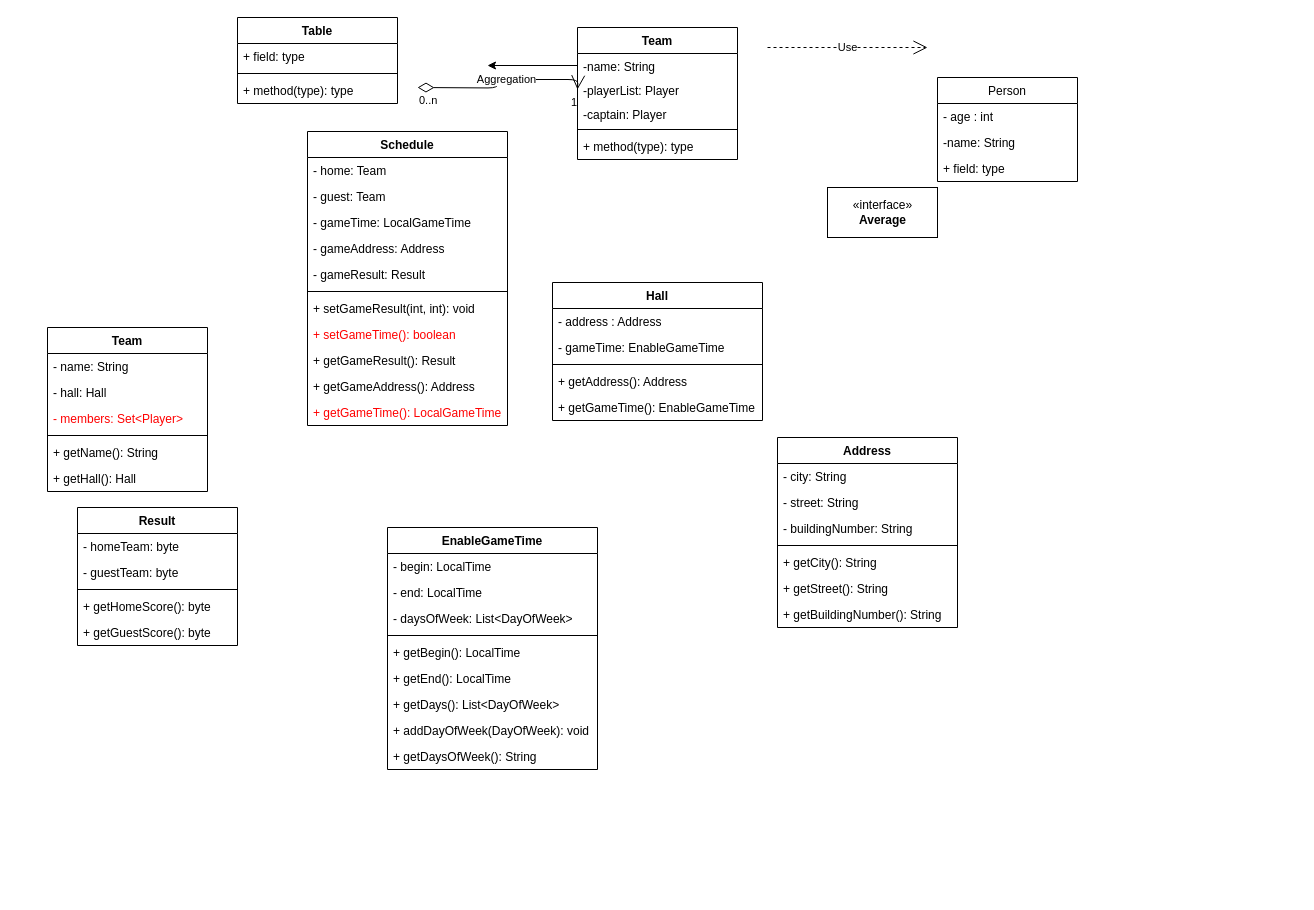
Before: first.drawio in Roman-Polovtsev/Superleage, a draw.io diagram. Source tidied: cells renumbered, new cells numbered last; positions are measured from the earlier drawing's top-left corner, leaving out a move shared by most shapes. Both pictures are drawn from the tidied source at 100%, with x=0, y=0 at pixel (47, 17).
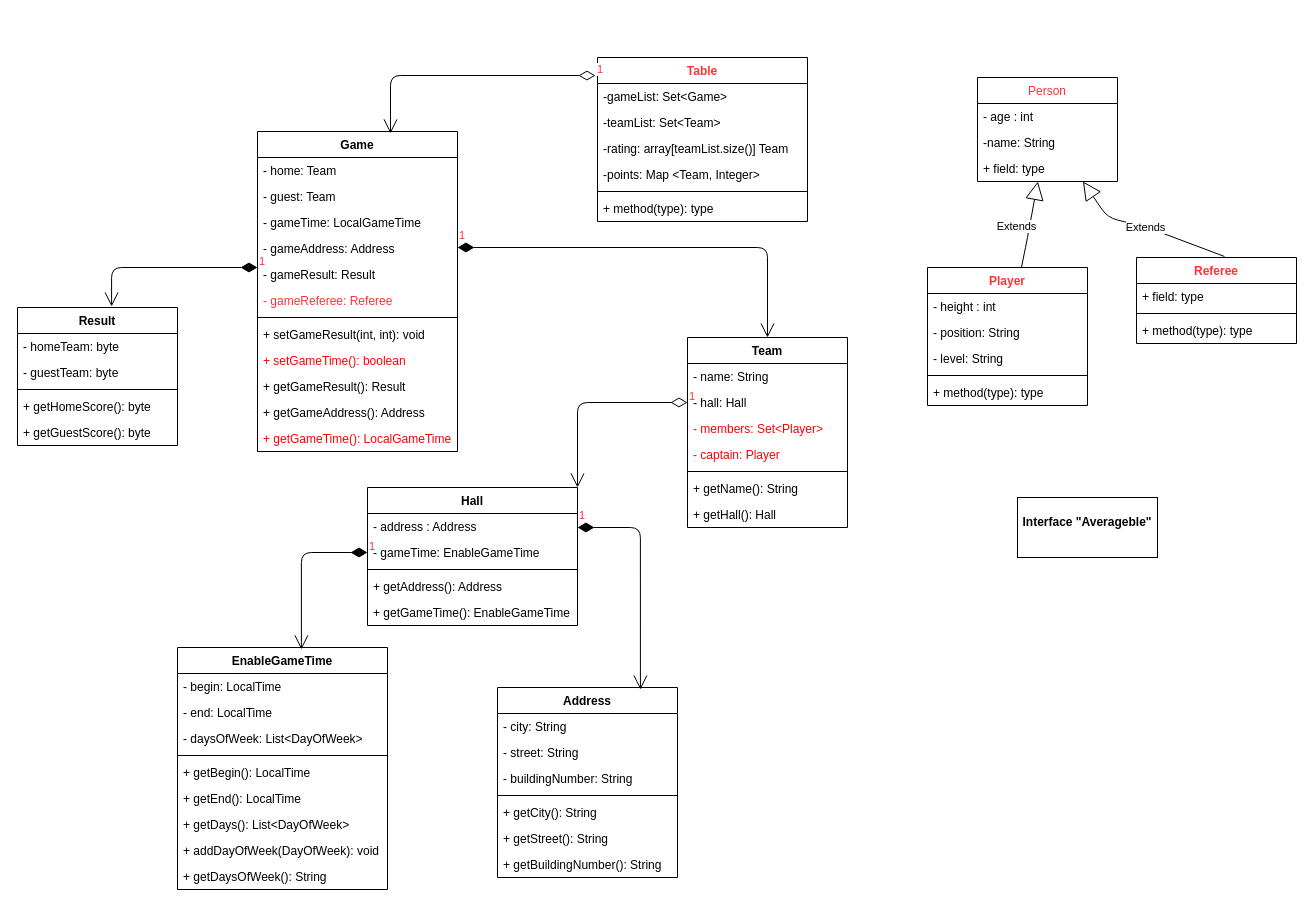
The same diagram, later.

Commit message:
added relations between classes

The change refers to these unchanged cells:
```xml
<mxCell id="24" value="- hall: Hall" style="text;strokeColor=none;fillColor=none;align=left;verticalAlign=top;spacingLeft=4;spacingRight=4;overflow=hidden;points=[[0,0.5],[1,0.5]];portConstraint=eastwest;" parent="22" vertex="1">
  <mxGeometry y="52" width="160" height="26" as="geometry" />
</mxCell>
<mxCell id="31" value="- gameTime: EnableGameTime" style="text;strokeColor=none;fillColor=none;align=left;verticalAlign=top;spacingLeft=4;spacingRight=4;overflow=hidden;points=[[0,0.5],[1,0.5]];portConstraint=eastwest;" parent="29" vertex="1">
  <mxGeometry y="52" width="210" height="26" as="geometry" />
</mxCell>
```

Change to the diagram source:
```diff
@@
-    <mxCell id="2" value="Team" style="swimlane;fontStyle=1;align=center;verticalAlign=top;horizontal=1;startSize=26;" parent="1" vertex="1">
-      <mxGeometry x="530" y="10" width="160" height="132" as="geometry" />
-    </mxCell>
-    <mxCell id="3" value="-name: String" style="text;strokeColor=none;fillColor=none;align=left;verticalAlign=top;spacingLeft=4;spacingRight=4;overflow=hidden;points=[[0,0.5],[1,0.5]];portConstraint=eastwest;" parent="2" vertex="1">
-      <mxGeometry y="26" width="160" height="24" as="geometry" />
-    </mxCell>
-    <mxCell id="4" value="-playerList: Player" style="text;strokeColor=none;fillColor=none;align=left;verticalAlign=top;spacingLeft=4;spacingRight=4;overflow=hidden;" parent="2" vertex="1">
-      <mxGeometry y="50" width="160" height="24" as="geometry" />
-    </mxCell>
-    <mxCell id="5" value="-captain: Player" style="text;strokeColor=none;fillColor=none;align=left;verticalAlign=top;spacingLeft=4;spacingRight=4;overflow=hidden;" parent="2" vertex="1">
-      <mxGeometry y="74" width="160" height="24" as="geometry" />
-    </mxCell>
-    <mxCell id="6" style="line;strokeWidth=1;fillColor=none;align=left;verticalAlign=middle;spacingTop=-1;spacingLeft=3;spacingRight=3;labelPosition=right;" parent="2" vertex="1">
-      <mxGeometry y="98" width="160" height="8" as="geometry" />
-    </mxCell>
-    <mxCell id="7" value="+ method(type): type" style="text;strokeColor=none;fillColor=none;align=left;verticalAlign=top;spacingLeft=4;spacingRight=4;overflow=hidden;" parent="2" vertex="1">
-      <mxGeometry y="106" width="160" height="26" as="geometry" />
-    </mxCell>
-    <mxCell id="8" value="Aggregation" style="endArrow=open;html=1;endSize=12;startArrow=diamondThin;startSize=14;startFill=0;edgeStyle=orthogonalEdgeStyle;" parent="1" edge="1">
-      <mxGeometry x="0.1" relative="1" as="geometry">
-        <mxPoint x="370" y="70" as="sourcePoint" />
-        <mxPoint x="530" y="72" as="targetPoint" />
-      </mxGeometry>
-    </mxCell>
-    <mxCell id="9" value="0..n" style="edgeLabel;html=1;align=left;verticalAlign=top;" parent="8" vertex="1">
-      <mxGeometry x="-1" relative="1" as="geometry" />
-    </mxCell>
-    <mxCell id="10" value="1" style="edgeLabel;html=1;align=right;verticalAlign=top;" parent="8" vertex="1">
-      <mxGeometry x="1" relative="1" as="geometry" />
-    </mxCell>
-    <mxCell id="11" style="edgeStyle=orthogonalEdgeStyle;rounded=0;jettySize=auto;html=1;exitX=0;exitY=0.5;exitDx=0;exitDy=0;" parent="1" edge="1" source="3">
-      <mxGeometry relative="1" as="geometry">
-        <mxPoint x="440" y="48" as="targetPoint" />
-      </mxGeometry>
-    </mxCell>
-    <mxCell id="12" value="Use" style="endArrow=open;endSize=12;dashed=1;html=1;" parent="1" edge="1">
-      <mxGeometry relative="1" as="geometry">
-        <mxPoint x="720" y="30" as="sourcePoint" />
-        <mxPoint x="880" y="30" as="targetPoint" />
-      </mxGeometry>
-    </mxCell>
-    <mxCell id="13" value="Table" style="swimlane;fontStyle=1;align=center;verticalAlign=top;horizontal=1;startSize=26;" parent="1" vertex="1">
-      <mxGeometry x="190" width="160" height="86" as="geometry" />
+    <mxCell id="13" value="Table" style="swimlane;fontStyle=1;align=center;verticalAlign=top;horizontal=1;startSize=26;fontColor=#FF3333;" parent="1" vertex="1">
+      <mxGeometry x="550" y="40" width="210" height="164" as="geometry" />
     </mxCell>
-    <mxCell id="14" value="+ field: type" style="text;strokeColor=none;fillColor=none;align=left;verticalAlign=top;spacingLeft=4;spacingRight=4;overflow=hidden;" parent="13" vertex="1">
-      <mxGeometry y="26" width="160" height="26" as="geometry" />
+    <mxCell id="14" value="-gameList: Set&lt;Game&gt;" style="text;strokeColor=none;fillColor=none;align=left;verticalAlign=top;spacingLeft=4;spacingRight=4;overflow=hidden;" parent="13" vertex="1">
+      <mxGeometry y="26" width="210" height="26" as="geometry" />
     </mxCell>
+    <mxCell id="71" value="-teamList: Set&lt;Team&gt;" style="text;strokeColor=none;fillColor=none;align=left;verticalAlign=top;spacingLeft=4;spacingRight=4;overflow=hidden;" parent="13" vertex="1">
+      <mxGeometry y="52" width="210" height="26" as="geometry" />
+    </mxCell>
+    <mxCell id="72" value="-rating: array[teamList.size()] Team" style="text;strokeColor=none;fillColor=none;align=left;verticalAlign=top;spacingLeft=4;spacingRight=4;overflow=hidden;" parent="13" vertex="1">
+      <mxGeometry y="78" width="210" height="26" as="geometry" />
+    </mxCell>
+    <mxCell id="73" value="-points: Map &lt;Team, Integer&gt;" style="text;strokeColor=none;fillColor=none;align=left;verticalAlign=top;spacingLeft=4;spacingRight=4;overflow=hidden;" parent="13" vertex="1">
+      <mxGeometry y="104" width="210" height="26" as="geometry" />
+    </mxCell>
     <mxCell id="15" style="line;strokeWidth=1;fillColor=none;align=left;verticalAlign=middle;spacingTop=-1;spacingLeft=3;spacingRight=3;labelPosition=right;" parent="13" vertex="1">
-      <mxGeometry y="52" width="160" height="8" as="geometry" />
+      <mxGeometry y="130" width="210" height="8" as="geometry" />
     </mxCell>
     <mxCell id="16" value="+ method(type): type" style="text;strokeColor=none;fillColor=none;align=left;verticalAlign=top;spacingLeft=4;spacingRight=4;overflow=hidden;" parent="13" vertex="1">
-      <mxGeometry y="60" width="160" height="26" as="geometry" />
+      <mxGeometry y="138" width="210" height="26" as="geometry" />
     </mxCell>
-    <mxCell id="17" value="Person" style="swimlane;fontStyle=0;horizontal=1;startSize=26;fillColor=none;" parent="1" vertex="1">
-      <mxGeometry x="890" y="60" width="140" height="104" as="geometry" />
+    <mxCell id="17" value="Person" style="swimlane;fontStyle=0;horizontal=1;startSize=26;fillColor=none;fontColor=#FF3333;" parent="1" vertex="1">
+      <mxGeometry x="930" y="60" width="140" height="104" as="geometry" />
     </mxCell>
@@
-    <mxCell id="21" value="«interface»&lt;br&gt;&lt;b&gt;Average&lt;/b&gt;" style="html=1;" parent="1" vertex="1">
-      <mxGeometry x="780" y="170" width="110" height="50" as="geometry" />
-    </mxCell>
     <mxCell id="22" value="Team" style="swimlane;fontStyle=1;align=center;verticalAlign=top;horizontal=1;startSize=26;" parent="1" vertex="1">
-      <mxGeometry y="310" width="160" height="164" as="geometry" />
+      <mxGeometry x="640" y="320" width="160" height="190" as="geometry" />
     </mxCell>
@@
+    <mxCell id="74" value="- members: Set&lt;Player&gt;" style="text;strokeColor=none;fillColor=none;align=left;verticalAlign=top;spacingLeft=4;spacingRight=4;overflow=hidden;fontColor=#FF0000;" parent="22" vertex="1">
+      <mxGeometry y="78" width="160" height="26" as="geometry" />
+    </mxCell>
-    <mxCell id="25" value="- members: Set&lt;Player&gt;" style="text;strokeColor=none;fillColor=none;align=left;verticalAlign=top;spacingLeft=4;spacingRight=4;overflow=hidden;fontColor=#FF0000;" parent="22" vertex="1">
-      <mxGeometry y="78" width="160" height="26" as="geometry" />
+    <mxCell id="25" value="- captain: Player" style="text;strokeColor=none;fillColor=none;align=left;verticalAlign=top;spacingLeft=4;spacingRight=4;overflow=hidden;fontColor=#FF0000;" parent="22" vertex="1">
+      <mxGeometry y="104" width="160" height="26" as="geometry" />
     </mxCell>
     <mxCell id="26" style="line;strokeWidth=1;fillColor=none;align=left;verticalAlign=middle;spacingTop=-1;spacingLeft=3;spacingRight=3;labelPosition=right;" parent="22" vertex="1">
-      <mxGeometry y="104" width="160" height="8" as="geometry" />
+      <mxGeometry y="130" width="160" height="8" as="geometry" />
     </mxCell>
     <mxCell id="27" value="+ getName(): String" style="text;strokeColor=none;fillColor=none;align=left;verticalAlign=top;spacingLeft=4;spacingRight=4;overflow=hidden;" parent="22" vertex="1">
-      <mxGeometry y="112" width="160" height="26" as="geometry" />
+      <mxGeometry y="138" width="160" height="26" as="geometry" />
     </mxCell>
     <mxCell id="28" value="+ getHall(): Hall" style="text;strokeColor=none;fillColor=none;align=left;verticalAlign=top;spacingLeft=4;spacingRight=4;overflow=hidden;" parent="22" vertex="1">
-      <mxGeometry y="138" width="160" height="26" as="geometry" />
+      <mxGeometry y="164" width="160" height="26" as="geometry" />
     </mxCell>
     <mxCell id="29" value="Hall" style="swimlane;fontStyle=1;align=center;verticalAlign=top;horizontal=1;startSize=26;" parent="1" vertex="1">
-      <mxGeometry x="505" y="265" width="210" height="138" as="geometry" />
+      <mxGeometry x="320" y="470" width="210" height="138" as="geometry" />
     </mxCell>
@@
     <mxCell id="35" value="Address" style="swimlane;fontStyle=1;align=center;verticalAlign=top;horizontal=1;startSize=26;" parent="1" vertex="1">
-      <mxGeometry x="730" y="420" width="180" height="190" as="geometry" />
+      <mxGeometry x="450" y="670" width="180" height="190" as="geometry" />
     </mxCell>
@@
     <mxCell id="43" value="EnableGameTime" style="swimlane;fontStyle=1;align=center;verticalAlign=top;horizontal=1;startSize=26;" parent="1" vertex="1">
-      <mxGeometry x="340" y="510" width="210" height="242" as="geometry" />
+      <mxGeometry x="130" y="630" width="210" height="242" as="geometry" />
     </mxCell>
@@
     <mxCell id="53" value="Result" style="swimlane;fontStyle=1;align=center;verticalAlign=top;horizontal=1;startSize=26;" parent="1" vertex="1">
-      <mxGeometry x="30" y="490" width="160" height="138" as="geometry" />
+      <mxGeometry x="-30" y="290" width="160" height="138" as="geometry" />
     </mxCell>
@@
-    <mxCell id="59" value="Schedule" style="swimlane;fontStyle=1;align=center;verticalAlign=top;horizontal=1;startSize=26;" parent="1" vertex="1">
-      <mxGeometry x="260" y="114" width="200" height="294" as="geometry" />
+    <mxCell id="59" value="Game" style="swimlane;fontStyle=1;align=center;verticalAlign=top;horizontal=1;startSize=26;" parent="1" vertex="1">
+      <mxGeometry x="210" y="114" width="200" height="320" as="geometry" />
     </mxCell>
@@
+    <mxCell id="75" value="- gameReferee: Referee" style="text;strokeColor=none;fillColor=none;align=left;verticalAlign=top;spacingLeft=4;spacingRight=4;overflow=hidden;fontColor=#FF3333;" parent="59" vertex="1">
+      <mxGeometry y="156" width="200" height="26" as="geometry" />
+    </mxCell>
     <mxCell id="65" style="line;strokeWidth=1;fillColor=none;align=left;verticalAlign=middle;spacingTop=-1;spacingLeft=3;spacingRight=3;labelPosition=right;" parent="59" vertex="1">
-      <mxGeometry y="156" width="200" height="8" as="geometry" />
+      <mxGeometry y="182" width="200" height="8" as="geometry" />
     </mxCell>
     <mxCell id="66" value="+ setGameResult(int, int): void" style="text;strokeColor=none;fillColor=none;align=left;verticalAlign=top;spacingLeft=4;spacingRight=4;overflow=hidden;" parent="59" vertex="1">
-      <mxGeometry y="164" width="200" height="26" as="geometry" />
+      <mxGeometry y="190" width="200" height="26" as="geometry" />
     </mxCell>
     <mxCell id="67" value="+ setGameTime(): boolean" style="text;strokeColor=none;fillColor=none;align=left;verticalAlign=top;spacingLeft=4;spacingRight=4;overflow=hidden;fontColor=#FF0000;" parent="59" vertex="1">
-      <mxGeometry y="190" width="200" height="26" as="geometry" />
+      <mxGeometry y="216" width="200" height="26" as="geometry" />
     </mxCell>
     <mxCell id="68" value="+ getGameResult(): Result" style="text;strokeColor=none;fillColor=none;align=left;verticalAlign=top;spacingLeft=4;spacingRight=4;overflow=hidden;" parent="59" vertex="1">
-      <mxGeometry y="216" width="200" height="26" as="geometry" />
+      <mxGeometry y="242" width="200" height="26" as="geometry" />
     </mxCell>
     <mxCell id="69" value="+ getGameAddress(): Address" style="text;strokeColor=none;fillColor=none;align=left;verticalAlign=top;spacingLeft=4;spacingRight=4;overflow=hidden;" parent="59" vertex="1">
-      <mxGeometry y="242" width="200" height="26" as="geometry" />
+      <mxGeometry y="268" width="200" height="26" as="geometry" />
     </mxCell>
     <mxCell id="70" value="+ getGameTime(): LocalGameTime" style="text;strokeColor=none;fillColor=none;align=left;verticalAlign=top;spacingLeft=4;spacingRight=4;overflow=hidden;fontColor=#FF0000;" parent="59" vertex="1">
-      <mxGeometry y="268" width="200" height="26" as="geometry" />
+      <mxGeometry y="294" width="200" height="26" as="geometry" />
     </mxCell>
+    <mxCell id="76" value="Player" style="swimlane;fontStyle=1;align=center;verticalAlign=top;horizontal=1;startSize=26;fontColor=#FF3333;" parent="1" vertex="1">
+      <mxGeometry x="880" y="250" width="160" height="138" as="geometry" />
+    </mxCell>
+    <mxCell id="77" value="- height : int" style="text;strokeColor=none;fillColor=none;align=left;verticalAlign=top;spacingLeft=4;spacingRight=4;overflow=hidden;" parent="76" vertex="1">
+      <mxGeometry y="26" width="160" height="26" as="geometry" />
+    </mxCell>
+    <mxCell id="78" value="- position: String" style="text;strokeColor=none;fillColor=none;align=left;verticalAlign=top;spacingLeft=4;spacingRight=4;overflow=hidden;" parent="76" vertex="1">
+      <mxGeometry y="52" width="160" height="26" as="geometry" />
+    </mxCell>
+    <mxCell id="79" value="- level: String" style="text;strokeColor=none;fillColor=none;align=left;verticalAlign=top;spacingLeft=4;spacingRight=4;overflow=hidden;" parent="76" vertex="1">
+      <mxGeometry y="78" width="160" height="26" as="geometry" />
+    </mxCell>
+    <mxCell id="80" style="line;strokeWidth=1;fillColor=none;align=left;verticalAlign=middle;spacingTop=-1;spacingLeft=3;spacingRight=3;labelPosition=right;" parent="76" vertex="1">
+      <mxGeometry y="104" width="160" height="8" as="geometry" />
+    </mxCell>
+    <mxCell id="81" value="+ method(type): type" style="text;strokeColor=none;fillColor=none;align=left;verticalAlign=top;spacingLeft=4;spacingRight=4;overflow=hidden;" parent="76" vertex="1">
+      <mxGeometry y="112" width="160" height="26" as="geometry" />
+    </mxCell>
+    <mxCell id="82" value="Extends" style="endArrow=block;endSize=16;endFill=0;html=1;" parent="1" edge="1" source="76" target="17">
+      <mxGeometry x="-0.12" y="13" relative="1" as="geometry">
+        <Array as="points">
+          <mxPoint x="980" y="220" />
+        </Array>
+      </mxGeometry>
+    </mxCell>
+    <mxCell id="83" value="Referee" style="swimlane;fontStyle=1;align=center;verticalAlign=top;horizontal=1;startSize=26;fontColor=#FF3333;" parent="1" vertex="1">
+      <mxGeometry x="1089" y="240" width="160" height="86" as="geometry" />
+    </mxCell>
+    <mxCell id="84" value="+ field: type" style="text;strokeColor=none;fillColor=none;align=left;verticalAlign=top;spacingLeft=4;spacingRight=4;overflow=hidden;" parent="83" vertex="1">
+      <mxGeometry y="26" width="160" height="26" as="geometry" />
+    </mxCell>
+    <mxCell id="85" style="line;strokeWidth=1;fillColor=none;align=left;verticalAlign=middle;spacingTop=-1;spacingLeft=3;spacingRight=3;labelPosition=right;" parent="83" vertex="1">
+      <mxGeometry y="52" width="160" height="8" as="geometry" />
+    </mxCell>
+    <mxCell id="86" value="+ method(type): type" style="text;strokeColor=none;fillColor=none;align=left;verticalAlign=top;spacingLeft=4;spacingRight=4;overflow=hidden;" parent="83" vertex="1">
+      <mxGeometry y="60" width="160" height="26" as="geometry" />
+    </mxCell>
+    <mxCell id="87" value="Extends" style="endArrow=block;endSize=16;endFill=0;html=1;exitX=0.55;exitY=-0.012;exitDx=0;exitDy=0;exitPerimeter=0;" parent="1" edge="1" source="83" target="17">
+      <mxGeometry relative="1" as="geometry">
+        <Array as="points">
+          <mxPoint x="1100" y="210" />
+          <mxPoint x="1060" y="200" />
+        </Array>
+      </mxGeometry>
+    </mxCell>
+    <mxCell id="88" value="1" style="endArrow=open;html=1;endSize=12;startArrow=diamondThin;startSize=14;startFill=1;edgeStyle=orthogonalEdgeStyle;align=left;verticalAlign=bottom;fontColor=#FF3333;entryX=0.588;entryY=-0.007;entryDx=0;entryDy=0;entryPerimeter=0;" parent="1" edge="1" target="53">
+      <mxGeometry x="-1" y="3" relative="1" as="geometry">
+        <mxPoint x="210" y="250" as="sourcePoint" />
+        <Array as="points">
+          <mxPoint x="64" y="250" />
+        </Array>
+      </mxGeometry>
+    </mxCell>
+    <mxCell id="89" value="1" style="endArrow=open;html=1;endSize=12;startArrow=diamondThin;startSize=14;startFill=1;edgeStyle=orthogonalEdgeStyle;align=left;verticalAlign=bottom;fontColor=#FF3333;exitX=0;exitY=0.5;exitDx=0;exitDy=0;entryX=0.59;entryY=0.008;entryDx=0;entryDy=0;entryPerimeter=0;" parent="1" edge="1" source="31" target="43">
+      <mxGeometry x="-1" y="3" relative="1" as="geometry" />
+    </mxCell>
+    <mxCell id="90" value="1" style="endArrow=open;html=1;endSize=12;startArrow=diamondThin;startSize=14;startFill=1;edgeStyle=orthogonalEdgeStyle;align=left;verticalAlign=bottom;fontColor=#FF3333;entryX=0.794;entryY=0.011;entryDx=0;entryDy=0;entryPerimeter=0;" parent="1" edge="1" target="35">
+      <mxGeometry x="-1" y="3" relative="1" as="geometry">
+        <mxPoint x="530" y="510" as="sourcePoint" />
+        <Array as="points">
+          <mxPoint x="593" y="510" />
+        </Array>
+      </mxGeometry>
+    </mxCell>
+    <mxCell id="91" value="1" style="endArrow=open;html=1;endSize=12;startArrow=diamondThin;startSize=14;startFill=0;edgeStyle=orthogonalEdgeStyle;align=left;verticalAlign=bottom;fontColor=#FF3333;entryX=1;entryY=0;entryDx=0;entryDy=0;exitX=0;exitY=0.5;exitDx=0;exitDy=0;" parent="1" edge="1" source="24" target="29">
+      <mxGeometry x="-1" y="3" relative="1" as="geometry" />
+    </mxCell>
+    <mxCell id="92" value="&lt;p style=&quot;margin: 0px ; margin-top: 4px ; text-align: center&quot;&gt;&lt;br&gt;&lt;b&gt;Interface &quot;Averageble&quot;&lt;/b&gt;&lt;/p&gt;" style="verticalAlign=top;align=left;overflow=fill;fontSize=12;fontFamily=Helvetica;html=1;" parent="1" vertex="1">
+      <mxGeometry x="970" y="480" width="140" height="60" as="geometry" />
+    </mxCell>
+    <mxCell id="93" value="1" style="endArrow=open;html=1;endSize=12;startArrow=diamondThin;startSize=14;startFill=1;edgeStyle=orthogonalEdgeStyle;align=left;verticalAlign=bottom;fontColor=#FF3333;" parent="1" edge="1" target="22">
+      <mxGeometry x="-1" y="3" relative="1" as="geometry">
+        <mxPoint x="410" y="230" as="sourcePoint" />
+        <Array as="points">
+          <mxPoint x="720" y="230" />
+        </Array>
+      </mxGeometry>
+    </mxCell>
+    <mxCell id="94" value="1" style="endArrow=open;html=1;endSize=12;startArrow=diamondThin;startSize=14;startFill=0;edgeStyle=orthogonalEdgeStyle;align=left;verticalAlign=bottom;fontColor=#FF3333;entryX=0.665;entryY=0.006;entryDx=0;entryDy=0;entryPerimeter=0;exitX=-0.01;exitY=0.11;exitDx=0;exitDy=0;exitPerimeter=0;" parent="1" edge="1" source="13" target="59">
+      <mxGeometry x="-1" y="3" relative="1" as="geometry">
+        <Array as="points">
+          <mxPoint x="343" y="58" />
+        </Array>
+      </mxGeometry>
+    </mxCell>
```
